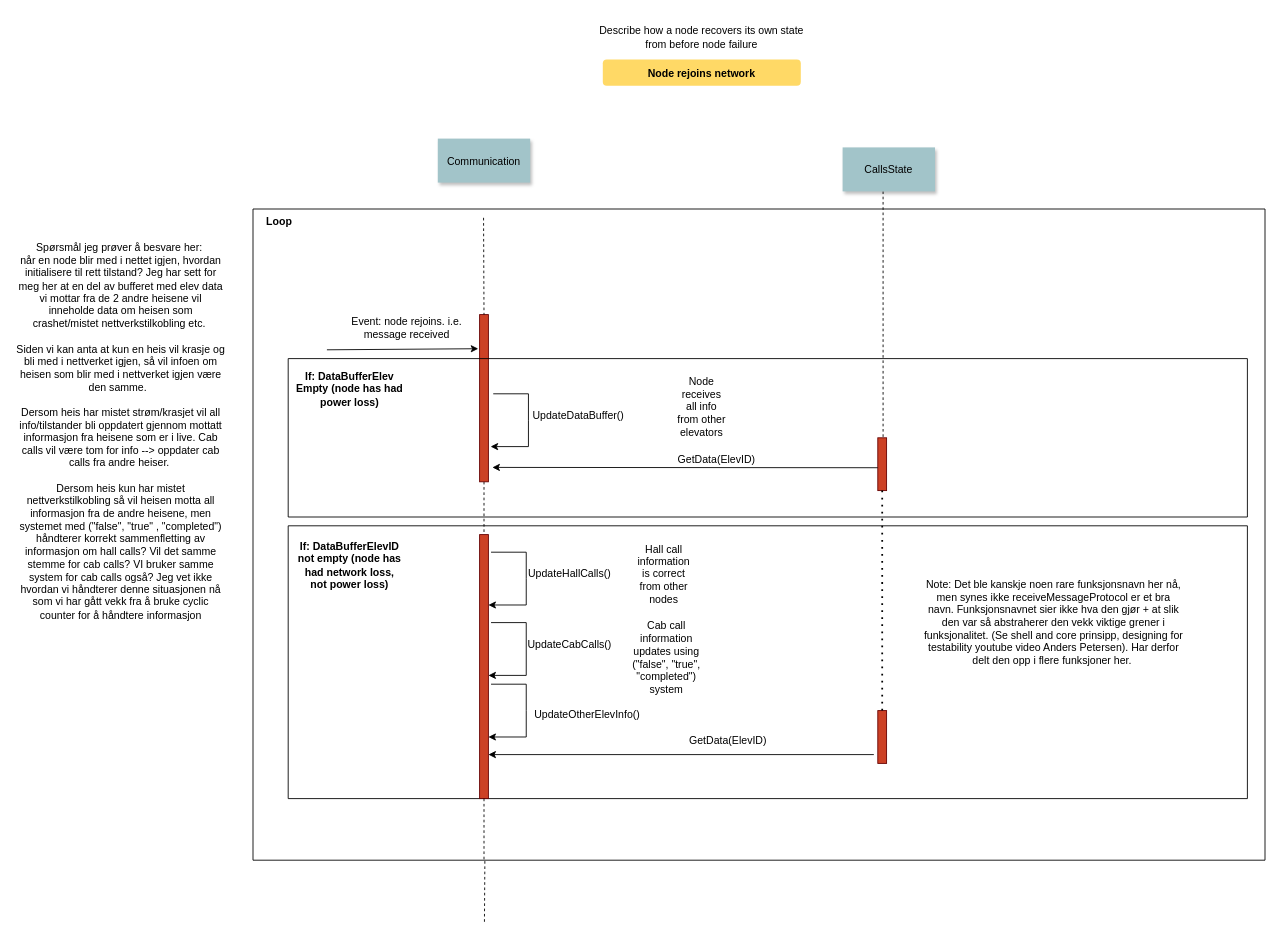
MathiasSagerup/Sanntid keeps this draw.io diagram as Diagrammer/NodeRecovery.drawio. Above is the earlier version. Source tidied: cells renumbered, new cells numbered last; positions are measured from the earlier drawing's top-left corner, leaving out a move shared by most shapes. Both pictures are drawn from the tidied source at 88%, with x=0, y=0 at pixel (15, 15).
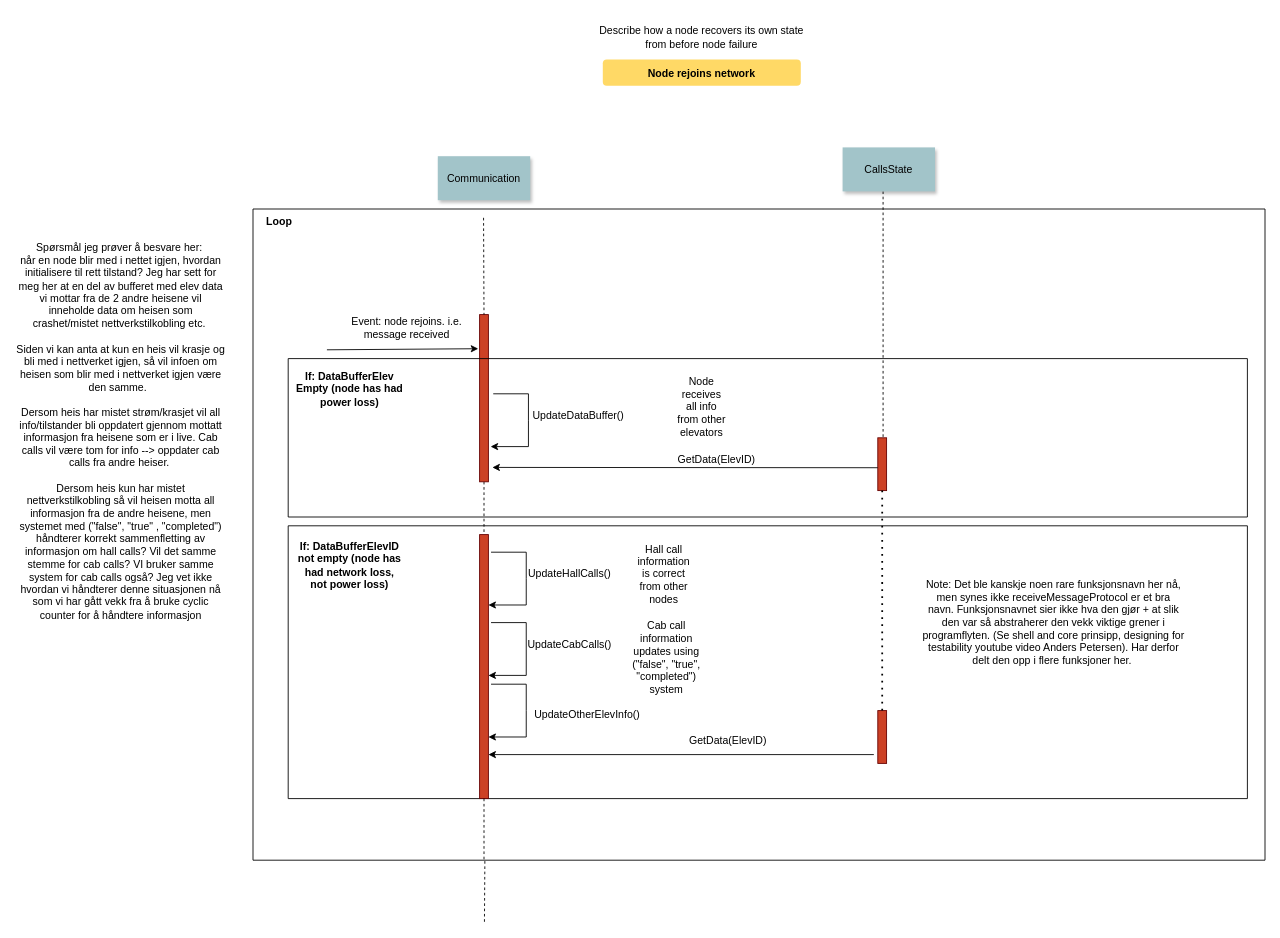
After the change.

Unchanged cells that the change refers to:
```xml
<mxCell id="9" style="swimlane;startSize=0;" parent="7" vertex="1">
  <mxGeometry x="40" y="360" width="1090" height="310" as="geometry" />
</mxCell>
```

Change to the diagram source:
```diff
@@
     <mxCell id="3" value="Communication" style="shadow=1;fillColor=#A2C4C9;strokeColor=none;" parent="1" vertex="1">
-      <mxGeometry x="480" y="140" width="105" height="50" as="geometry" />
+      <mxGeometry x="480" y="160" width="105" height="50" as="geometry" />
     </mxCell>
@@
-    <mxCell id="24" value="Note: Det ble kanskje noen rare funksjonsnavn her nå, men synes ikke receiveMessageProtocol er et bra navn. Funksjonsnavnet sier ikke hva den gjør + at slik den var så abstraherer den vekk viktige grener i funksjonalitet. (Se shell and core prinsipp, designing for testability youtube video Anders Petersen). Har derfor delt den opp i flere funksjoner her.&amp;nbsp;" style="text;html=1;whiteSpace=wrap;strokeColor=none;fillColor=none;align=center;verticalAlign=middle;rounded=0;" parent="9" vertex="1">
+    <mxCell id="24" value="Note: Det ble kanskje noen rare funksjonsnavn her nå, men synes ikke receiveMessageProtocol er et bra navn. Funksjonsnavnet sier ikke hva den gjør + at slik den var så abstraherer den vekk viktige grener i programflyten. (Se shell and core prinsipp, designing for testability youtube video Anders Petersen). Har derfor delt den opp i flere funksjoner her.&amp;nbsp;" style="text;html=1;whiteSpace=wrap;strokeColor=none;fillColor=none;align=center;verticalAlign=middle;rounded=0;" parent="9" vertex="1">
       <mxGeometry x="720" y="30" width="300" height="160" as="geometry" />
     </mxCell>
```
